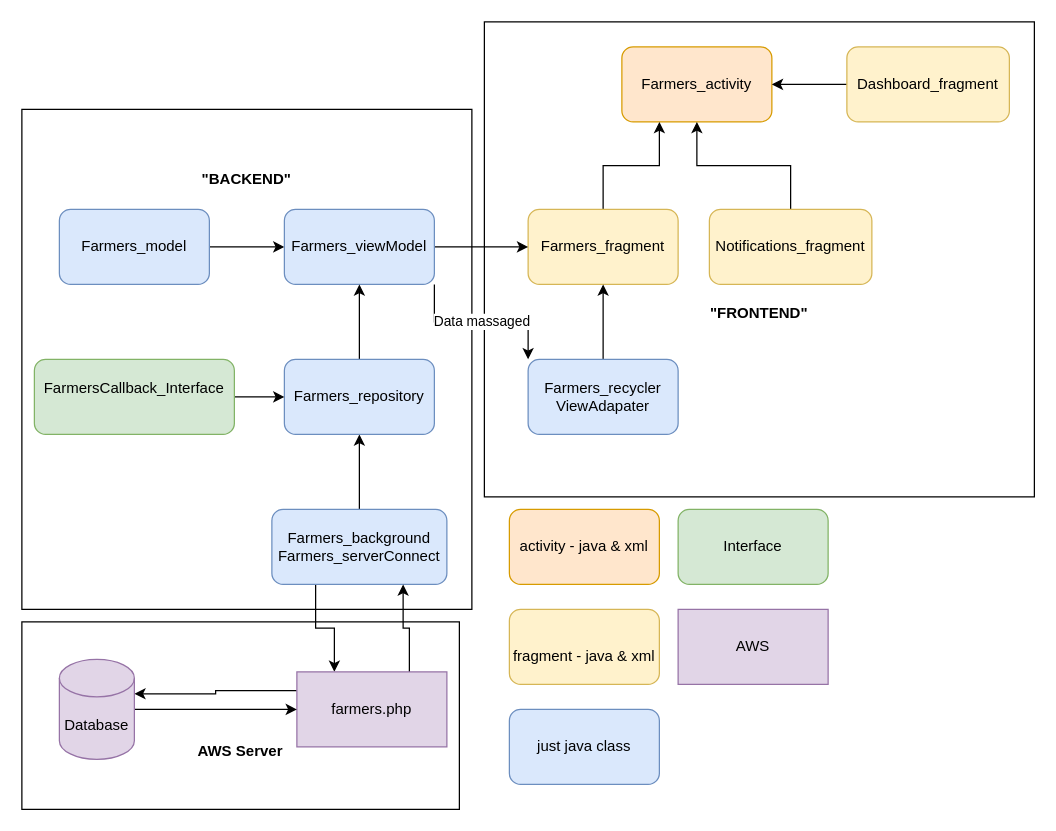
Before: Untitled Diagram.drawio in BenBladow/rw_android_uml, a draw.io diagram. Source tidied: cells renumbered, new cells numbered last; positions are measured from the earlier drawing's top-left corner, leaving out a move shared by most shapes. Both pictures are drawn from the tidied source at 125%, with x=0, y=0 at pixel (21, 21).
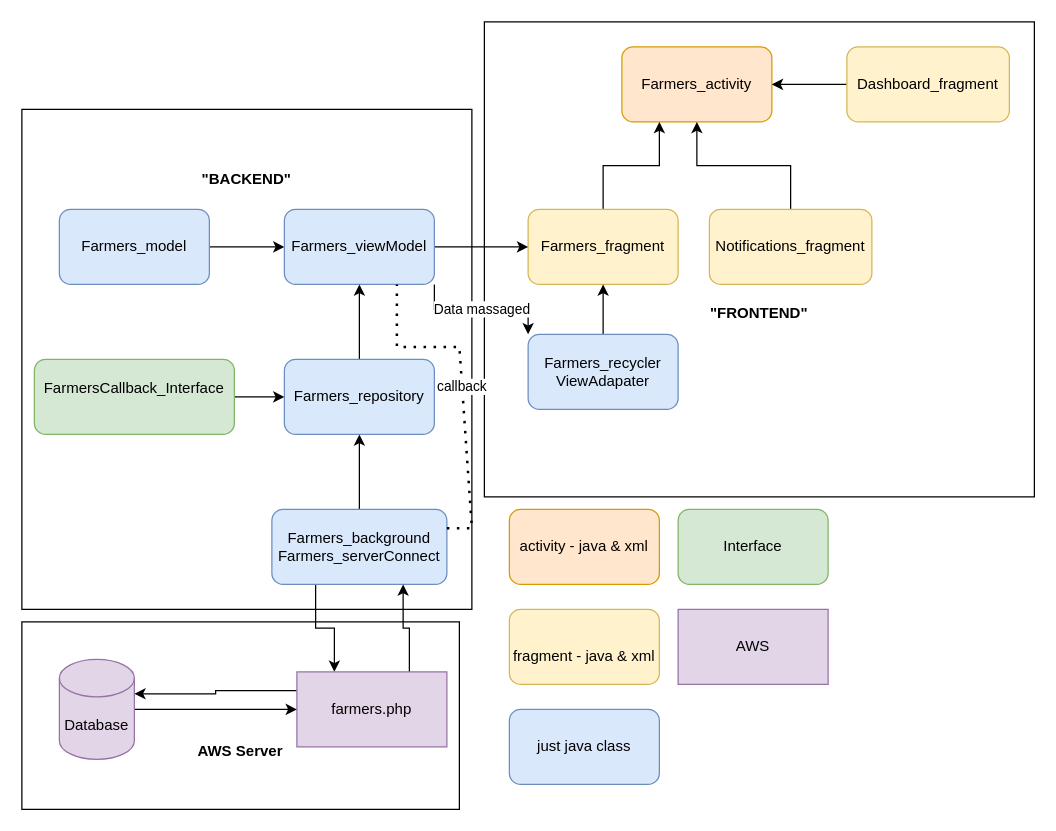
Above is the later version.

Unchanged cells that the change refers to:
```xml
<mxCell id="12" value="Farmers_viewModel" style="rounded=1;whiteSpace=wrap;html=1;fillColor=#dae8fc;strokeColor=#6c8ebf;" parent="1" vertex="1">
  <mxGeometry x="210" y="150" width="120" height="60" as="geometry" />
</mxCell>
<mxCell id="19" value="&lt;div&gt;Farmers_background&lt;/div&gt;&lt;div&gt;Farmers_serverConnect&lt;br&gt;&lt;/div&gt;" style="rounded=1;whiteSpace=wrap;html=1;fillColor=#dae8fc;strokeColor=#6c8ebf;" parent="1" vertex="1">
  <mxGeometry x="200" y="390" width="140" height="60" as="geometry" />
</mxCell>
```

The edit, as a diff of the source:
```diff
@@
     <mxCell id="16" value="Farmers_recycler&lt;br&gt;ViewAdapater" style="rounded=1;whiteSpace=wrap;html=1;fillColor=#dae8fc;strokeColor=#6c8ebf;" parent="1" vertex="1">
-      <mxGeometry x="405" y="270" width="120" height="60" as="geometry" />
+      <mxGeometry x="405" y="250" width="120" height="60" as="geometry" />
     </mxCell>
@@
+    <mxCell id="36" value="callback" style="endArrow=none;dashed=1;html=1;dashPattern=1 3;strokeWidth=2;rounded=0;exitX=1;exitY=0.25;exitDx=0;exitDy=0;entryX=0.75;entryY=1;entryDx=0;entryDy=0;" parent="1" edge="1" source="19" target="12">
+      <mxGeometry relative="1" as="geometry">
+        <Array as="points">
+          <mxPoint x="360" y="405" />
+          <mxPoint x="350" y="260" />
+          <mxPoint x="300" y="260" />
+        </Array>
+      </mxGeometry>
+    </mxCell>
```
